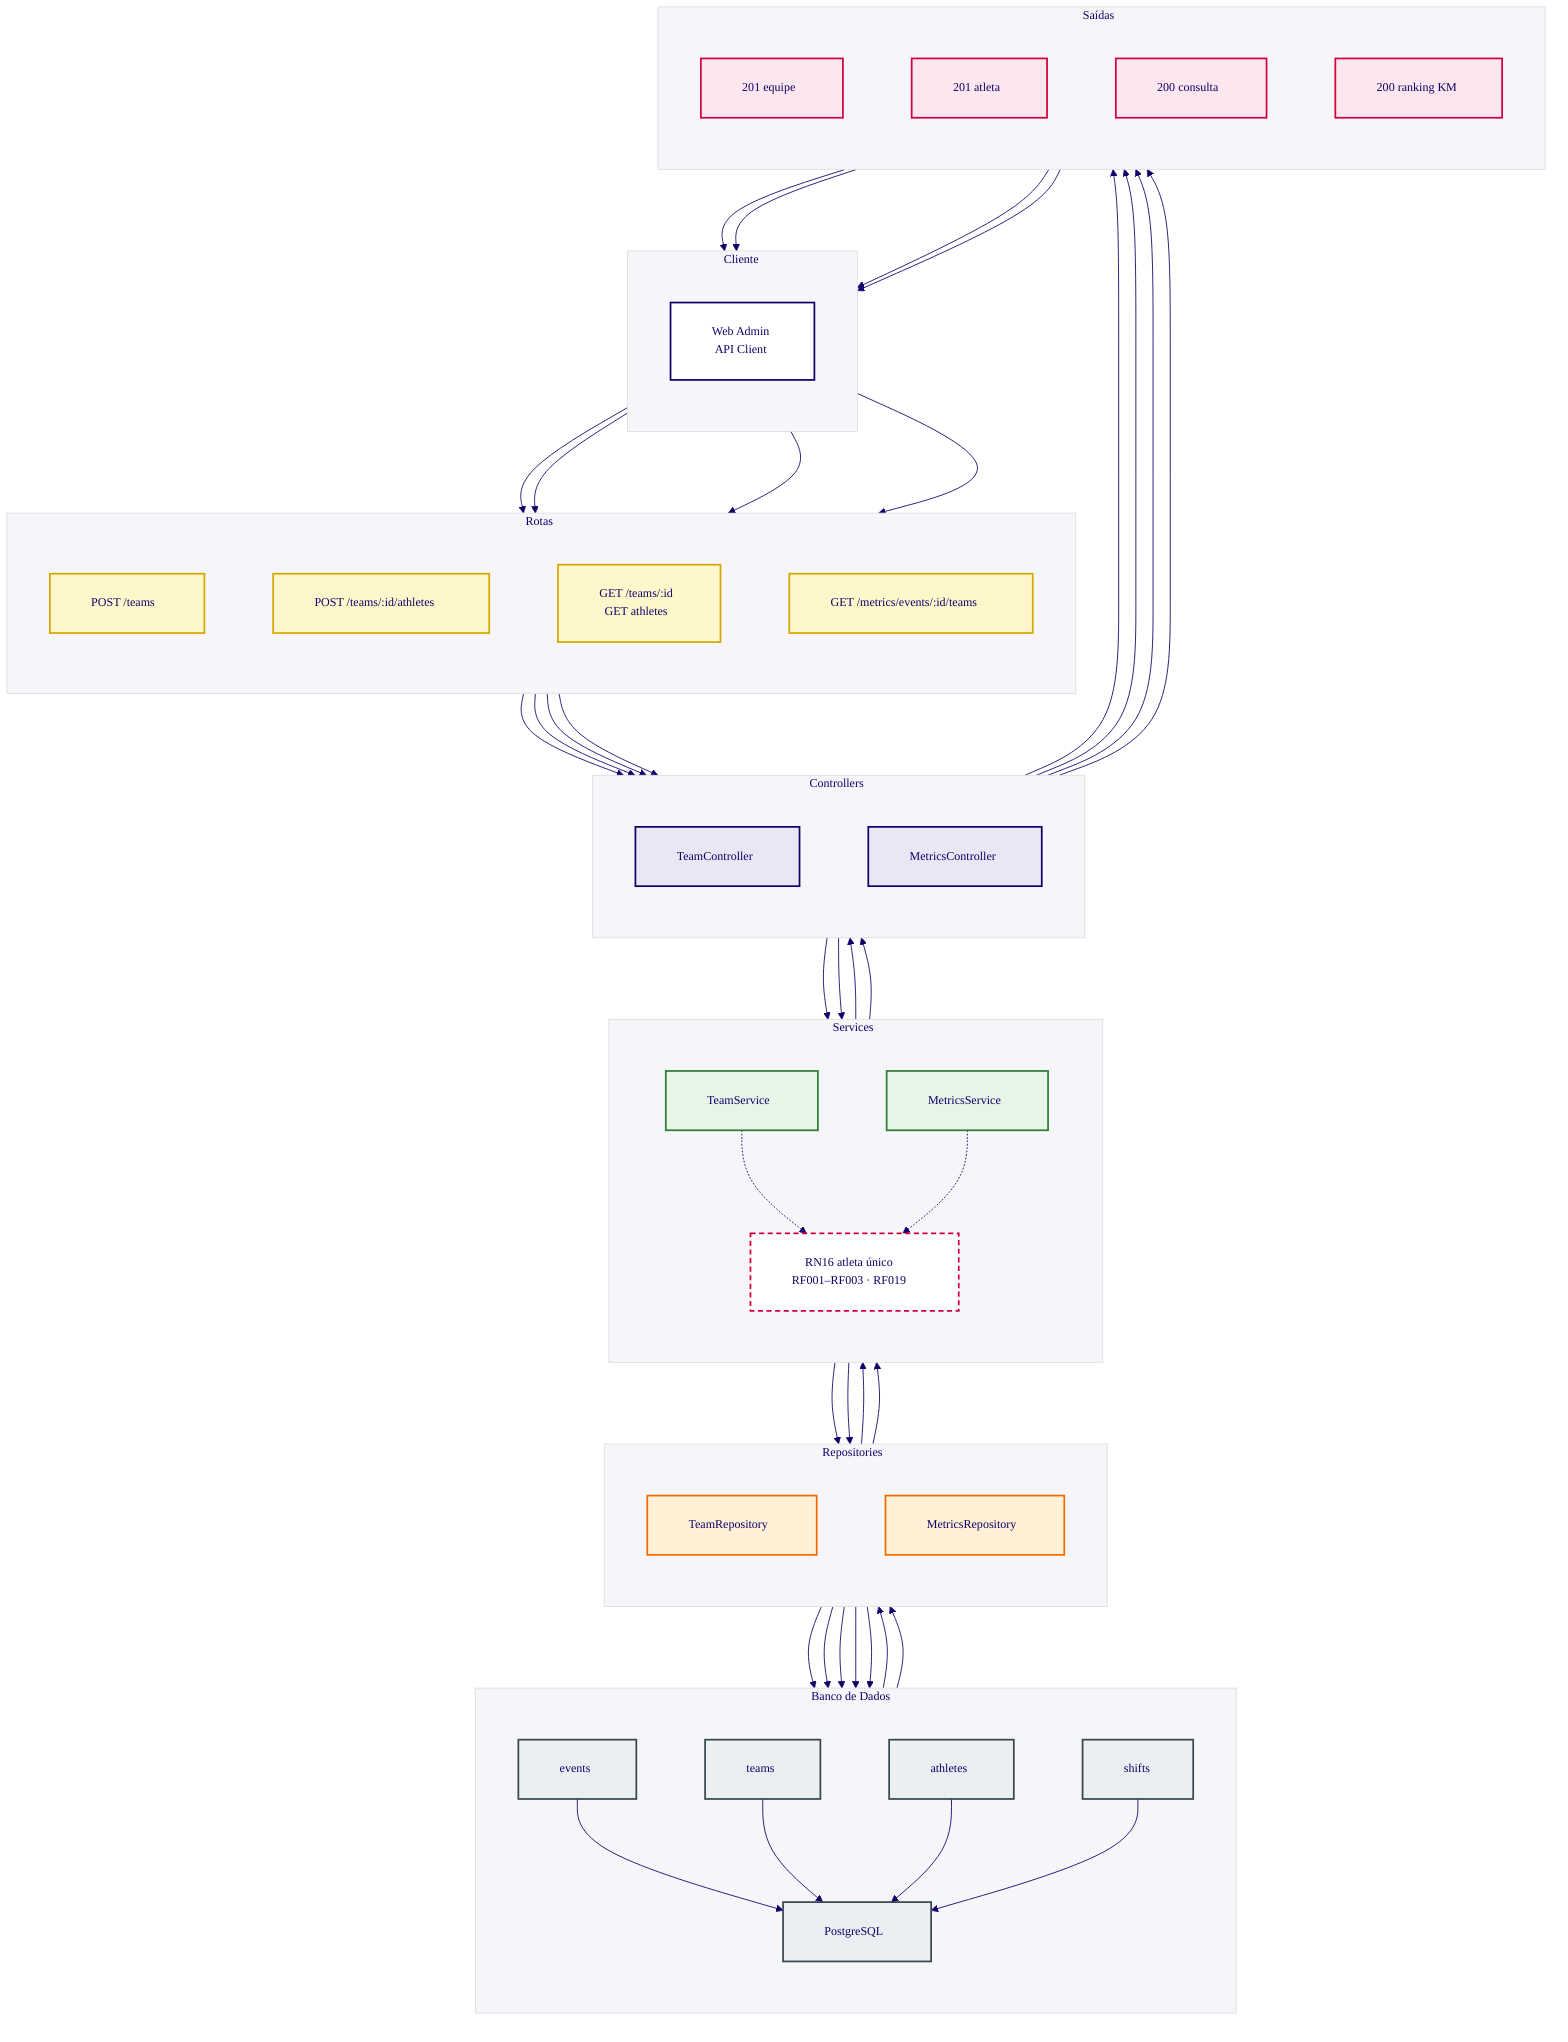
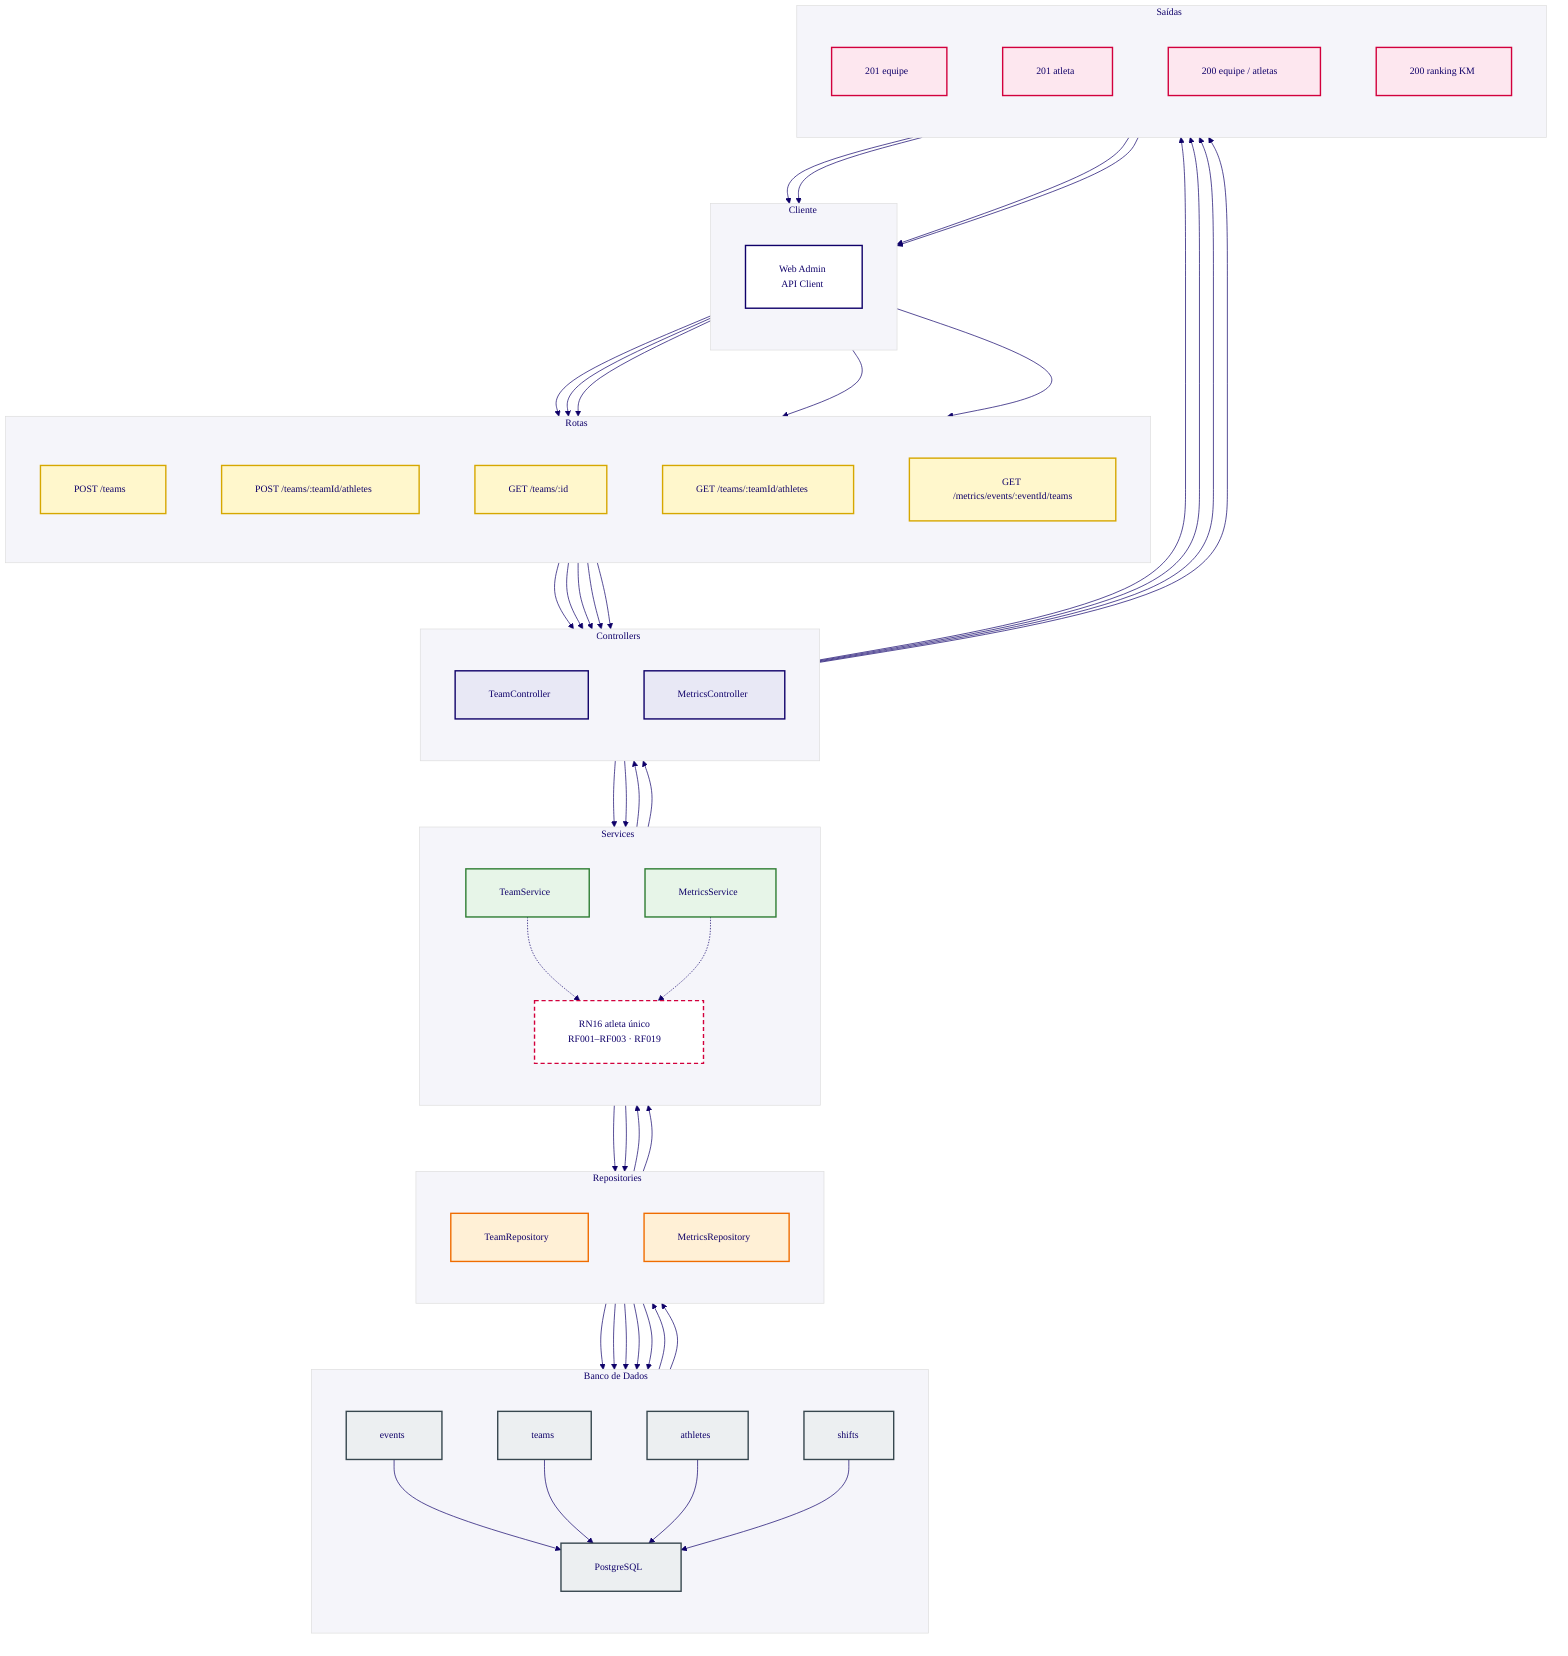
%%{init: {"theme":"base","flowchart":{"htmlLabels":true,"curve":"basis","nodeSpacing":80,"rankSpacing":95,"padding":24},"themeVariables":{"fontFamily":"Arial, sans-serif","fontSize":"14px","primaryColor":"#FFFFFF","primaryTextColor":"#0F0069","primaryBorderColor":"#0F0069","lineColor":"#0F0069","tertiaryColor":"#F5F5FA","tertiaryTextColor":"#0F0069"}}}%%
flowchart TB

    classDef client fill:#FFFFFF,stroke:#0F0069,stroke-width:2px,color:#0F0069;
    classDef route fill:#FFF7CC,stroke:#D6A700,stroke-width:2px,color:#0F0069;
    classDef controller fill:#E8E8F5,stroke:#0F0069,stroke-width:2px,color:#0F0069;
    classDef service fill:#E7F5E8,stroke:#2E7D32,stroke-width:2px,color:#0F0069;
    classDef repository fill:#FFF0D6,stroke:#EF6C00,stroke-width:2px,color:#0F0069;
    classDef db fill:#ECEFF1,stroke:#37474F,stroke-width:2px,color:#0F0069;
    classDef output fill:#FDE7EF,stroke:#D2003C,stroke-width:2px,color:#0F0069;
    classDef note fill:#FFFFFF,stroke:#D2003C,stroke-width:2px,stroke-dasharray: 6 4,color:#0F0069;

    subgraph L1["Cliente"]
        direction TB
        C["Web Admin<br/>API Client"]:::client
    end

    subgraph L2["Rotas"]
        direction TB
        R1["POST /teams"]:::route
-         R2["POST /teams/:id/athletes"]:::route
-         R3["GET /teams/:id<br/>GET athletes"]:::route
-         R4["GET /metrics/events/:id/teams"]:::route
+         R2["POST /teams/:teamId/athletes"]:::route
+         R3["GET /teams/:id"]:::route
+         R4["GET /teams/:teamId/athletes"]:::route
+         R5["GET /metrics/events/:eventId/teams"]:::route
    end

    subgraph L3["Controllers"]
        direction TB
        TC["TeamController"]:::controller
        MC["MetricsController"]:::controller
    end

    subgraph L4["Services"]
        direction TB
        TS["TeamService"]:::service
        MS["MetricsService"]:::service
        RN["RN16 atleta único<br/>RF001–RF003 · RF019"]:::note
    end

    subgraph L5["Repositories"]
        direction TB
        TR["TeamRepository"]:::repository
        MR["MetricsRepository"]:::repository
    end

    subgraph L6["Banco de Dados"]
        direction TB
        DB["PostgreSQL"]:::db
        EV["events"]:::db
        TE["teams"]:::db
        AT["athletes"]:::db
        SH["shifts"]:::db
    end

    subgraph L7["Saídas"]
        direction TB
        O1["201 equipe"]:::output
        O2["201 atleta"]:::output
-         O3["200 consulta"]:::output
+         O3["200 equipe / atletas"]:::output
        O4["200 ranking KM"]:::output
    end

    C --> R1 --> TC --> TS --> TR
    C --> R2 --> TC
    C --> R3 --> TC
-     C --> R4 --> MC --> MS --> MR
+     C --> R4 --> TC
+     C --> R5 --> MC --> MS --> MR
    TS -.-> RN
    MS -.-> RN
    TR --> EV
    TR --> TE
    TR --> AT
    MR --> TE
    MR --> SH
    EV --> DB
    TE --> DB
    AT --> DB
    SH --> DB
    DB --> TR --> TS --> TC
    TC --> O1 --> C
    TC --> O2 --> C
    TC --> O3 --> C
    DB --> MR --> MS --> MC --> O4 --> C
